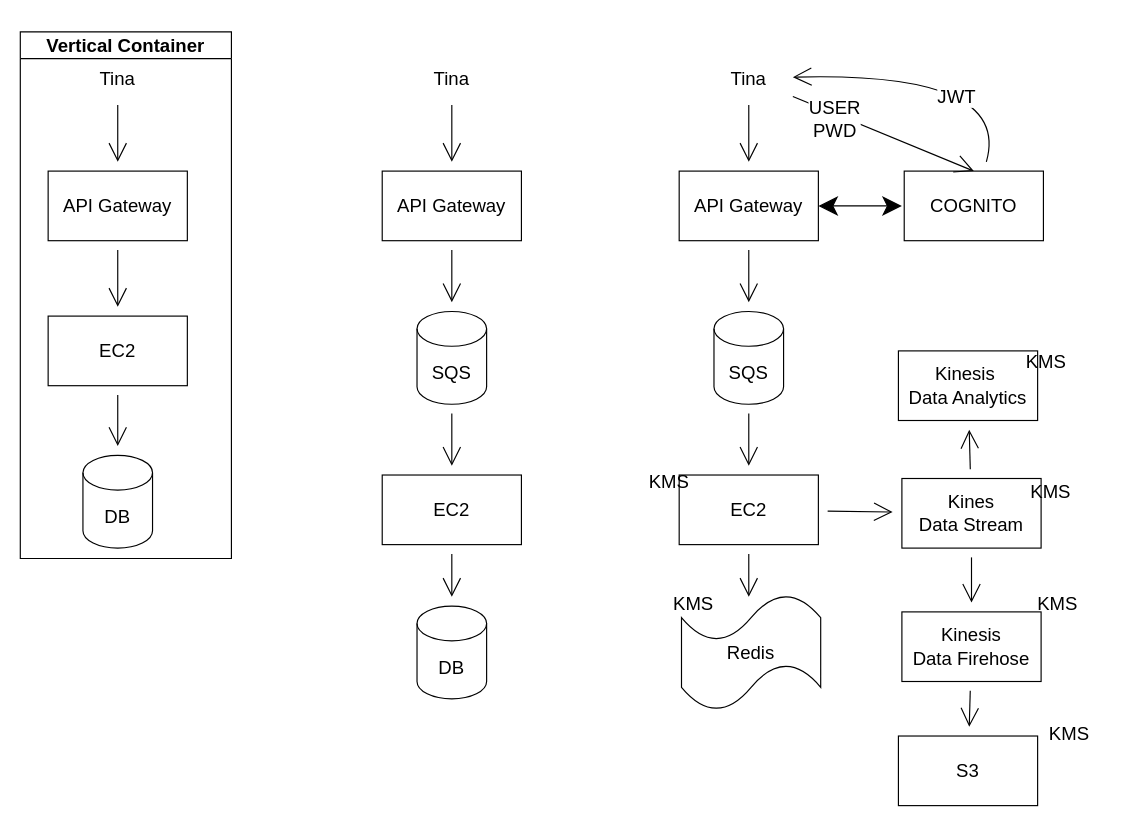
The draw.io diagram 未命名绘图.drawio in DamperHa/design-pattern, before the edit. Source tidied: cells renumbered, new cells numbered last; positions are measured from the earlier drawing's top-left corner, leaving out a move shared by most shapes. Both pictures are drawn from the tidied source at 116%, with x=0, y=0 at pixel (20, 31).
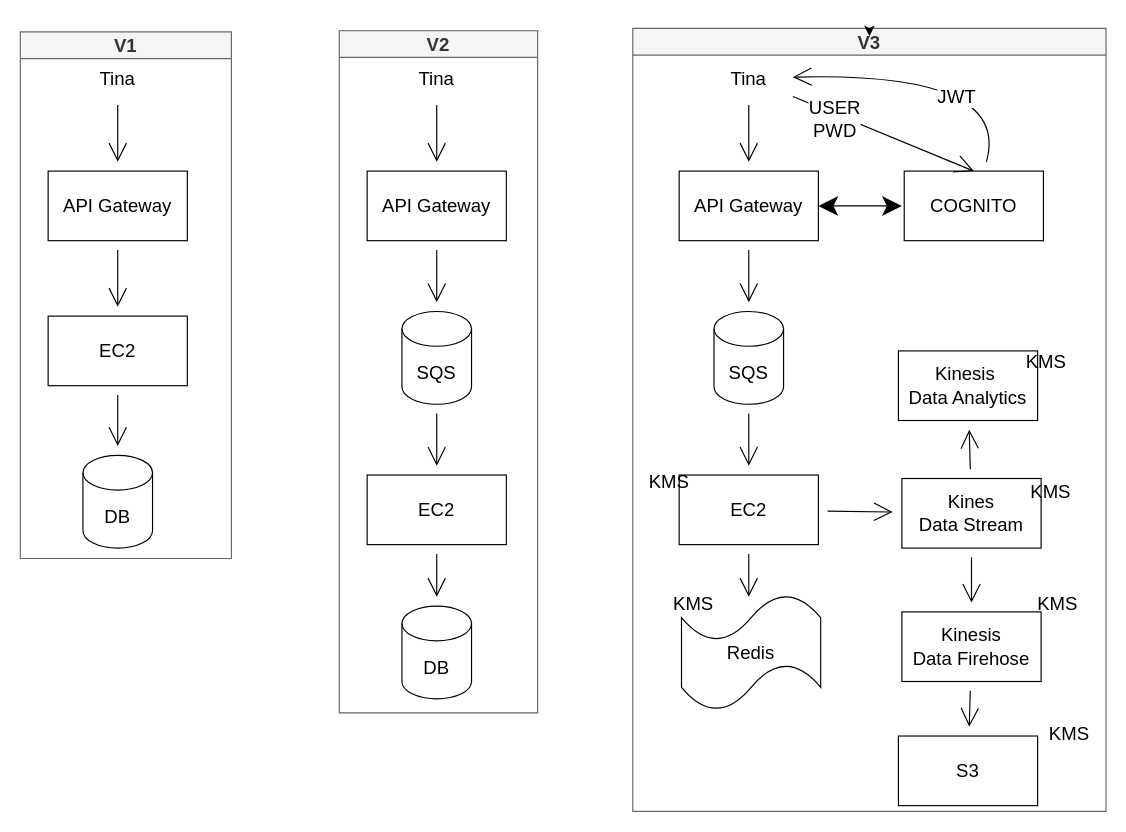
The same diagram, later.

Commit message:
更新未命名绘图.drawio

Change to the diagram source:
```diff
@@
+    <mxCell id="51" style="group;" parent="1" vertex="1">
+      <mxGeometry width="193" height="454" as="geometry" />
+    </mxCell>
-    <mxCell id="2" style="group;" parent="1" vertex="1">
+    <mxCell id="2" style="group;" parent="51" vertex="1">
       <mxGeometry x="24" y="25" width="169" height="420" as="geometry" />
     </mxCell>
@@
+    <mxCell id="50" value="V1" style="swimlane;whiteSpace=wrap;html=1;fontSize=16;fillStyle=auto;fillColor=#f5f5f5;fontColor=#333333;strokeColor=#666666;swimlaneFillColor=none;" parent="51" vertex="1">
+      <mxGeometry width="182" height="454" as="geometry" />
+    </mxCell>
+    <mxCell id="52" style="group;" parent="1" vertex="1">
+      <mxGeometry x="275" y="-1" width="171" height="588" as="geometry" />
+    </mxCell>
-    <mxCell id="10" style="group;" parent="1" vertex="1">
-      <mxGeometry x="312" y="25" width="120" height="550" as="geometry" />
+    <mxCell id="10" style="group;" parent="52" vertex="1">
+      <mxGeometry x="24" y="26" width="144" height="550" as="geometry" />
     </mxCell>
@@
+    <mxCell id="53" value="V2" style="swimlane;whiteSpace=wrap;html=1;fontSize=16;fillStyle=auto;fillColor=#f5f5f5;fontColor=#333333;strokeColor=#666666;swimlaneFillColor=none;" parent="52" vertex="1">
+      <mxGeometry width="171" height="588" as="geometry" />
+    </mxCell>
+    <mxCell id="54" style="group;" parent="1" vertex="1">
+      <mxGeometry x="528" y="-3" width="408" height="675" as="geometry" />
+    </mxCell>
-    <mxCell id="20" style="group;" parent="1" vertex="1">
-      <mxGeometry x="532" y="25" width="398" height="642" as="geometry" />
+    <mxCell id="20" style="group;" parent="54" vertex="1">
+      <mxGeometry x="4" y="28" width="398" height="642" as="geometry" />
     </mxCell>
@@
-    <mxCell id="50" value="Vertical Container" style="swimlane;whiteSpace=wrap;html=1;fontSize=16;" parent="1" vertex="1">
-      <mxGeometry width="182" height="454" as="geometry" />
-    </mxCell>
+    <mxCell id="55" value="V3" style="swimlane;whiteSpace=wrap;html=1;fontSize=16;fillStyle=auto;fillColor=#f5f5f5;fontColor=#333333;strokeColor=#666666;swimlaneFillColor=none;" parent="54" vertex="1">
+      <mxGeometry width="408" height="675" as="geometry" />
+    </mxCell>
+    <mxCell id="56" style="edgeStyle=orthogonalEdgeStyle;rounded=0;orthogonalLoop=1;jettySize=auto;html=1;exitX=0.5;exitY=0;exitDx=0;exitDy=0;entryX=0.5;entryY=0.01;entryDx=0;entryDy=0;entryPerimeter=0;" parent="54" edge="1" source="55" target="55">
+      <mxGeometry relative="1" as="geometry" />
+    </mxCell>
```
